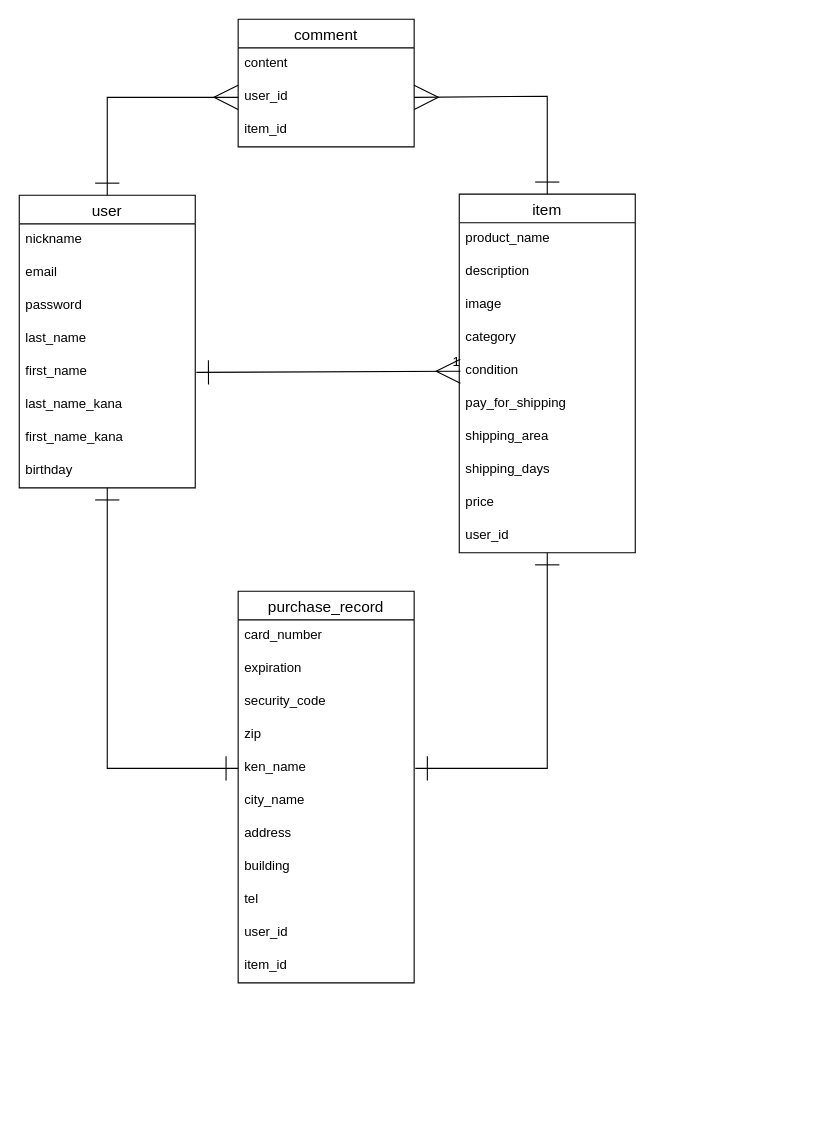
Above: furima.dio in kazuki0157/furima-37634 (draw.io), before the change. Source tidied: cells renumbered, new cells numbered last; positions are measured from the earlier drawing's top-left corner, leaving out a move shared by most shapes. Both pictures are drawn from the tidied source at 110%, with x=0, y=0 at pixel (19, 19).
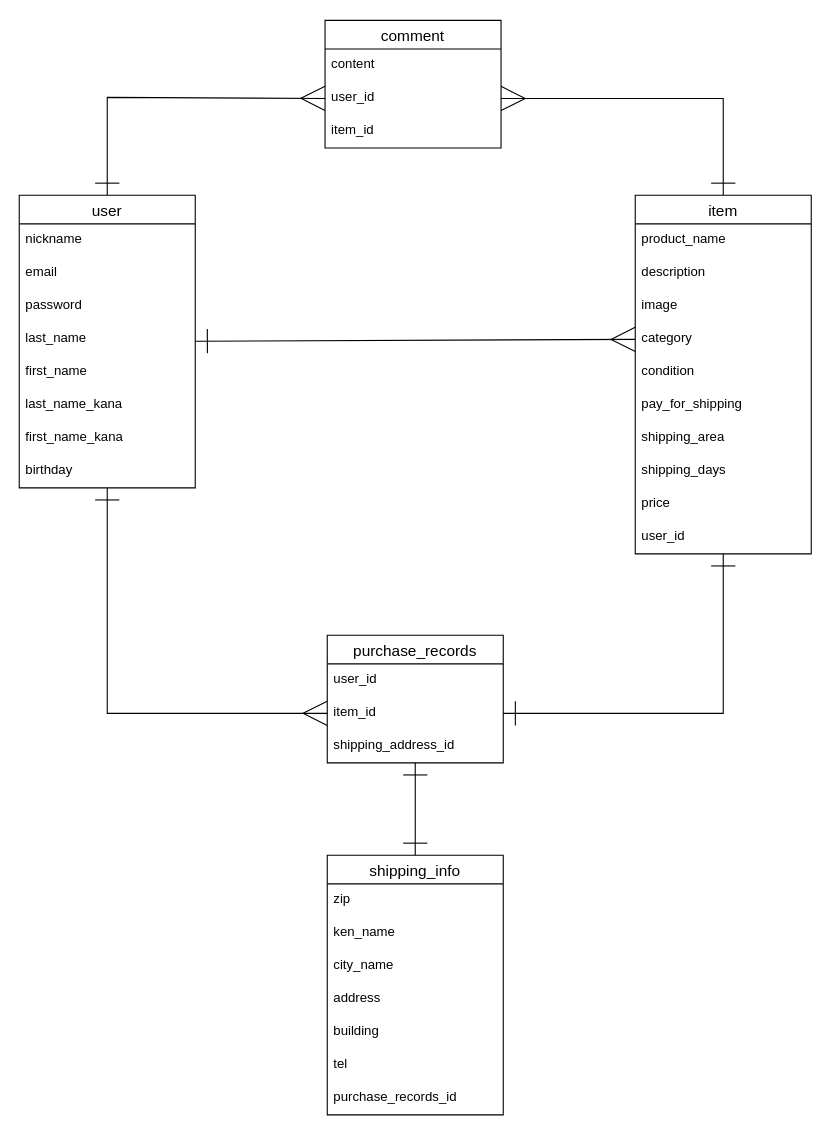
The same page after the edit.

Unchanged cells that the change refers to:
```xml
<mxCell id="4" value="user" style="swimlane;fontStyle=0;horizontal=1;startSize=26;align=center;fontSize=14;" parent="1" vertex="1">
  <mxGeometry y="160" width="160" height="266" as="geometry" />
</mxCell>
<mxCell id="19" value="category" style="text;strokeColor=none;fillColor=none;spacingLeft=4;spacingRight=4;overflow=hidden;points=[[0,0.5],[1,0.5]];portConstraint=eastwest;fontSize=12;" parent="15" vertex="1">
  <mxGeometry y="116" width="160" height="30" as="geometry" />
</mxCell>
<mxCell id="28" value="user_id&#10;" style="text;strokeColor=none;fillColor=none;spacingLeft=4;spacingRight=4;overflow=hidden;points=[[0,0.5],[1,0.5]];portConstraint=eastwest;fontSize=12;" parent="26" vertex="1">
  <mxGeometry y="56" width="160" height="30" as="geometry" />
</mxCell>
```

What changed in the source:
```diff
@@
-    <mxCell id="3" style="edgeStyle=none;html=1;entryX=0;entryY=0.5;entryDx=0;entryDy=0;startArrow=ERone;startFill=0;endArrow=ERone;endFill=0;strokeWidth=1;endSize=20;startSize=20;rounded=0;" parent="1" edge="1" source="4" target="37">
-      <mxGeometry relative="1" as="geometry">
-        <Array as="points">
-          <mxPoint x="80" y="681" />
-        </Array>
-      </mxGeometry>
-    </mxCell>
+    <mxCell id="44" style="edgeStyle=none;html=1;entryX=0;entryY=0.5;entryDx=0;entryDy=0;endSize=20;startSize=20;endArrow=ERmany;endFill=0;startArrow=ERone;startFill=0;" parent="1" edge="1" source="4" target="19">
+      <mxGeometry relative="1" as="geometry" />
+    </mxCell>
+    <mxCell id="45" style="edgeStyle=none;html=1;entryX=0;entryY=0.5;entryDx=0;entryDy=0;startArrow=ERone;startFill=0;endArrow=ERmany;endFill=0;startSize=20;endSize=20;rounded=0;" parent="1" edge="1" source="4" target="49">
+      <mxGeometry relative="1" as="geometry">
+        <Array as="points">
+          <mxPoint x="80" y="631" />
+        </Array>
+      </mxGeometry>
+    </mxCell>
@@
     <mxCell id="13" style="edgeStyle=none;html=1;entryX=1;entryY=0.5;entryDx=0;entryDy=0;startArrow=ERone;startFill=0;endArrow=ERmany;endFill=0;endSize=20;startSize=20;rounded=0;" parent="1" edge="1" source="15" target="28">
       <mxGeometry relative="1" as="geometry">
         <Array as="points">
-          <mxPoint x="480" y="70" />
+          <mxPoint x="640" y="72" />
         </Array>
       </mxGeometry>
     </mxCell>
-    <mxCell id="14" style="edgeStyle=none;html=1;startArrow=ERone;startFill=0;endArrow=ERone;endFill=0;startSize=20;endSize=20;rounded=0;" parent="1" edge="1" source="15">
-      <mxGeometry relative="1" as="geometry">
-        <mxPoint x="360" y="681" as="targetPoint" />
-        <Array as="points">
-          <mxPoint x="480" y="681" />
-        </Array>
-      </mxGeometry>
-    </mxCell>
+    <mxCell id="46" style="edgeStyle=none;html=1;entryX=1;entryY=0.5;entryDx=0;entryDy=0;startArrow=ERone;startFill=0;endArrow=ERone;endFill=0;startSize=20;endSize=20;rounded=0;" parent="1" edge="1" source="15" target="49">
+      <mxGeometry relative="1" as="geometry">
+        <Array as="points">
+          <mxPoint x="640" y="631" />
+        </Array>
+      </mxGeometry>
+    </mxCell>
     <mxCell id="15" value="item" style="swimlane;fontStyle=0;horizontal=1;startSize=26;align=center;fontSize=14;" parent="1" vertex="1">
-      <mxGeometry x="400" y="159" width="160" height="326" as="geometry" />
+      <mxGeometry x="560" y="160" width="160" height="326" as="geometry" />
     </mxCell>
@@
     <mxCell id="26" value="comment" style="swimlane;fontStyle=0;horizontal=1;startSize=26;align=center;fontSize=14;" parent="1" vertex="1">
-      <mxGeometry x="199" width="160" height="116" as="geometry" />
+      <mxGeometry x="278" y="1" width="160" height="116" as="geometry" />
     </mxCell>
@@
-    <mxCell id="30" style="endArrow=ERmany;html=1;rounded=0;exitX=1;exitY=0.5;exitDx=0;exitDy=0;entryX=0;entryY=0.5;entryDx=0;entryDy=0;startArrow=ERone;startFill=0;endFill=0;endSize=20;startSize=20;" parent="1" edge="1">
-      <mxGeometry relative="1" as="geometry">
-        <mxPoint x="161" y="321" as="sourcePoint" />
-        <mxPoint x="401" y="320" as="targetPoint" />
-      </mxGeometry>
-    </mxCell>
-    <mxCell id="31" value="1" style="html=1;align=right;verticalAlign=bottom;" parent="30" vertex="1">
-      <mxGeometry x="1" relative="1" as="geometry" />
-    </mxCell>
-    <mxCell id="32" value="purchase_record" style="swimlane;fontStyle=0;horizontal=1;startSize=26;align=center;fontSize=14;" parent="1" vertex="1">
-      <mxGeometry x="199" y="520" width="160" height="356" as="geometry" />
+    <mxCell id="32" value="shipping_info" style="swimlane;fontStyle=0;horizontal=1;startSize=26;align=center;fontSize=14;" parent="1" vertex="1">
+      <mxGeometry x="280" y="760" width="160" height="236" as="geometry" />
     </mxCell>
-    <mxCell id="33" value="card_number" style="text;strokeColor=none;fillColor=none;spacingLeft=4;spacingRight=4;overflow=hidden;fontSize=12;" parent="32" vertex="1">
-      <mxGeometry y="26" width="160" height="30" as="geometry" />
-    </mxCell>
-    <mxCell id="34" value="expiration" style="text;strokeColor=none;fillColor=none;spacingLeft=4;spacingRight=4;overflow=hidden;fontSize=12;" parent="32" vertex="1">
-      <mxGeometry y="56" width="160" height="30" as="geometry" />
-    </mxCell>
-    <mxCell id="35" value="security_code" style="text;strokeColor=none;fillColor=none;spacingLeft=4;spacingRight=4;overflow=hidden;fontSize=12;" parent="32" vertex="1">
-      <mxGeometry y="86" width="160" height="30" as="geometry" />
-    </mxCell>
     <mxCell id="36" value="zip" style="text;strokeColor=none;fillColor=none;spacingLeft=4;spacingRight=4;overflow=hidden;fontSize=12;" parent="32" vertex="1">
-      <mxGeometry y="116" width="160" height="30" as="geometry" />
+      <mxGeometry y="26" width="160" height="30" as="geometry" />
     </mxCell>
     <mxCell id="37" value="ken_name" style="text;strokeColor=none;fillColor=none;spacingLeft=4;spacingRight=4;overflow=hidden;points=[[0,0.5],[1,0.5]];portConstraint=eastwest;fontSize=12;" parent="32" vertex="1">
-      <mxGeometry y="146" width="160" height="30" as="geometry" />
+      <mxGeometry y="56" width="160" height="30" as="geometry" />
     </mxCell>
     <mxCell id="38" value="city_name" style="text;strokeColor=none;fillColor=none;spacingLeft=4;spacingRight=4;overflow=hidden;fontSize=12;" parent="32" vertex="1">
-      <mxGeometry y="176" width="160" height="30" as="geometry" />
+      <mxGeometry y="86" width="160" height="30" as="geometry" />
     </mxCell>
     <mxCell id="39" value="address" style="text;strokeColor=none;fillColor=none;spacingLeft=4;spacingRight=4;overflow=hidden;fontSize=12;" parent="32" vertex="1">
-      <mxGeometry y="206" width="160" height="30" as="geometry" />
+      <mxGeometry y="116" width="160" height="30" as="geometry" />
     </mxCell>
     <mxCell id="40" value="building" style="text;strokeColor=none;fillColor=none;spacingLeft=4;spacingRight=4;overflow=hidden;fontSize=12;" parent="32" vertex="1">
-      <mxGeometry y="236" width="160" height="30" as="geometry" />
+      <mxGeometry y="146" width="160" height="30" as="geometry" />
     </mxCell>
     <mxCell id="41" value="tel" style="text;strokeColor=none;fillColor=none;spacingLeft=4;spacingRight=4;overflow=hidden;fontSize=12;" parent="32" vertex="1">
-      <mxGeometry y="266" width="160" height="30" as="geometry" />
+      <mxGeometry y="176" width="160" height="30" as="geometry" />
     </mxCell>
+    <mxCell id="43" value="purchase_records_id" style="text;strokeColor=none;fillColor=none;spacingLeft=4;spacingRight=4;overflow=hidden;fontSize=12;" parent="32" vertex="1">
+      <mxGeometry y="206" width="160" height="30" as="geometry" />
+    </mxCell>
+    <mxCell id="47" style="edgeStyle=none;html=1;entryX=0.5;entryY=0;entryDx=0;entryDy=0;startArrow=ERone;startFill=0;endArrow=ERone;endFill=0;startSize=20;endSize=20;" parent="1" edge="1" source="48" target="32">
+      <mxGeometry relative="1" as="geometry" />
+    </mxCell>
+    <mxCell id="48" value="purchase_records" style="swimlane;fontStyle=0;horizontal=1;startSize=26;align=center;fontSize=14;" parent="1" vertex="1">
+      <mxGeometry x="280" y="560" width="160" height="116" as="geometry" />
+    </mxCell>
-    <mxCell id="42" value="user_id" style="text;strokeColor=none;fillColor=none;spacingLeft=4;spacingRight=4;overflow=hidden;fontSize=12;" parent="32" vertex="1">
-      <mxGeometry y="296" width="160" height="30" as="geometry" />
+    <mxCell id="42" value="user_id" style="text;strokeColor=none;fillColor=none;spacingLeft=4;spacingRight=4;overflow=hidden;fontSize=12;" parent="48" vertex="1">
+      <mxGeometry y="26" width="160" height="30" as="geometry" />
     </mxCell>
-    <mxCell id="43" value="item_id" style="text;strokeColor=none;fillColor=none;spacingLeft=4;spacingRight=4;overflow=hidden;fontSize=12;" parent="32" vertex="1">
-      <mxGeometry y="326" width="160" height="30" as="geometry" />
-    </mxCell>
+    <mxCell id="49" value="item_id" style="text;strokeColor=none;fillColor=none;spacingLeft=4;spacingRight=4;overflow=hidden;points=[[0,0.5],[1,0.5]];portConstraint=eastwest;fontSize=12;" parent="48" vertex="1">
+      <mxGeometry y="56" width="160" height="30" as="geometry" />
+    </mxCell>
+    <mxCell id="50" value="shipping_address_id" style="text;strokeColor=none;fillColor=none;spacingLeft=4;spacingRight=4;overflow=hidden;fontSize=12;" parent="48" vertex="1">
+      <mxGeometry y="86" width="160" height="30" as="geometry" />
+    </mxCell>
```
